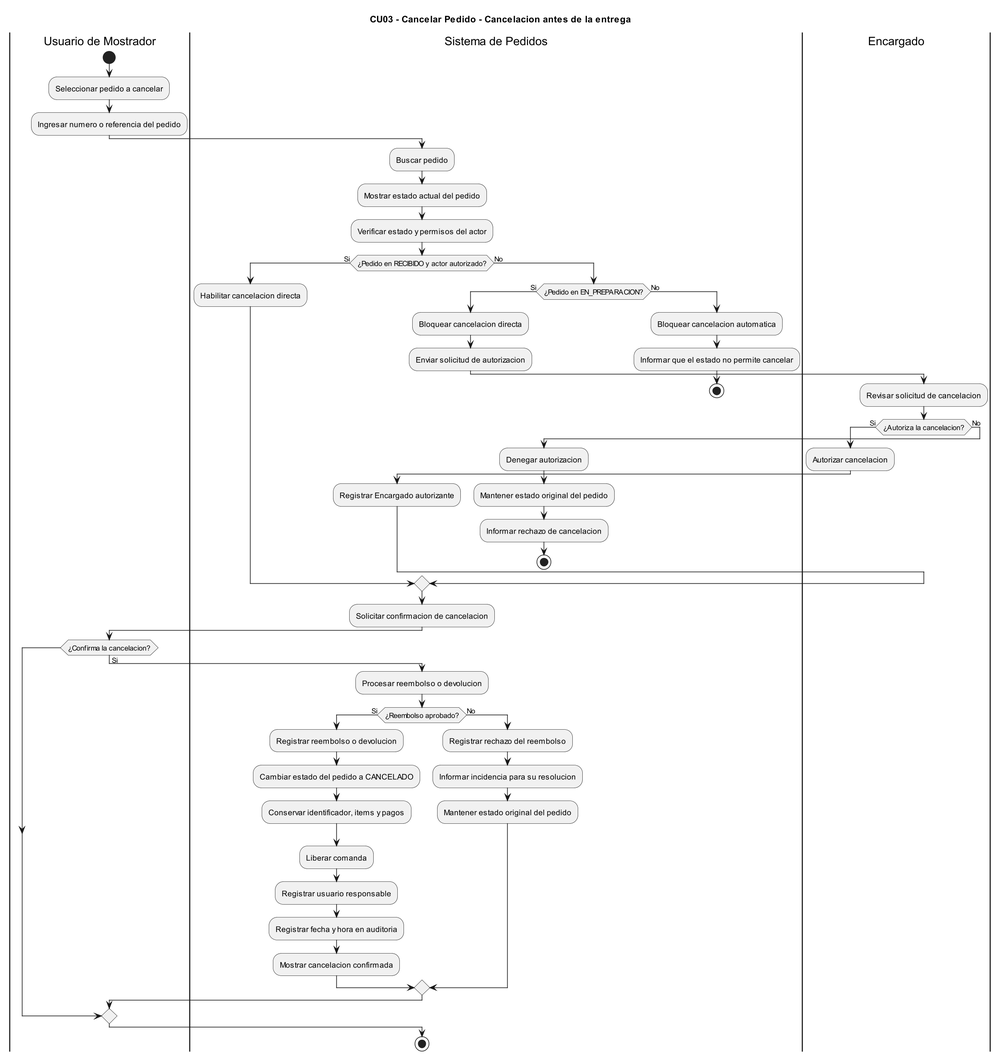
Before: diagramas/04-diagramas-actividades/04-actividad-cancelar-pedido-03.png, a diagram exported from PlantUML (eloeyhe/SistemaPedidos). Its diagram source:
```plantuml
@startuml
title CU03 - Cancelar Pedido - Cancelacion antes de la entrega
skinparam dpi 150
skinparam shadowing false

|Usuario de Mostrador|
start
:Seleccionar pedido a cancelar;
:Ingresar numero o referencia del pedido;

|Sistema de Pedidos|
:Buscar pedido;
:Mostrar estado actual del pedido;
:Verificar estado y permisos del actor;

if (¿Pedido en RECIBIDO y actor autorizado?) then (Si)
  :Habilitar cancelacion directa;
else (No)
  if (¿Pedido en EN_PREPARACION?) then (Si)
    :Bloquear cancelacion directa;
    :Enviar solicitud de autorizacion;
    |Encargado|
    :Revisar solicitud de cancelacion;
    if (¿Autoriza la cancelacion?) then (Si)
      :Autorizar cancelacion;
      |Sistema de Pedidos|
      :Registrar Encargado autorizante;
    else (No)
      :Denegar autorizacion;
      |Sistema de Pedidos|
      :Mantener estado original del pedido;
      :Informar rechazo de cancelacion;
      stop
    endif
  else (No)
    :Bloquear cancelacion automatica;
    :Informar que el estado no permite cancelar;
    stop
  endif
endif

|Sistema de Pedidos|
:Solicitar confirmacion de cancelacion;
|Usuario de Mostrador|
if (¿Confirma la cancelacion?) then (Si)
  |Sistema de Pedidos|
    |Sistema de Pedidos|
  :Procesar reembolso o devolucion;

  if (¿Reembolso aprobado?) then (Si)
    :Registrar reembolso o devolucion;
    :Cambiar estado del pedido a CANCELADO;
    :Conservar identificador, items y pagos;
    :Liberar comanda;
    :Registrar usuario responsable;
    :Registrar fecha y hora en auditoria;
    :Mostrar cancelacion confirmada;
  else (No)
    :Registrar rechazo del reembolso;
    :Informar incidencia para su resolucion;
    :Mantener estado original del pedido;
  endif

endif
stop
@enduml
```
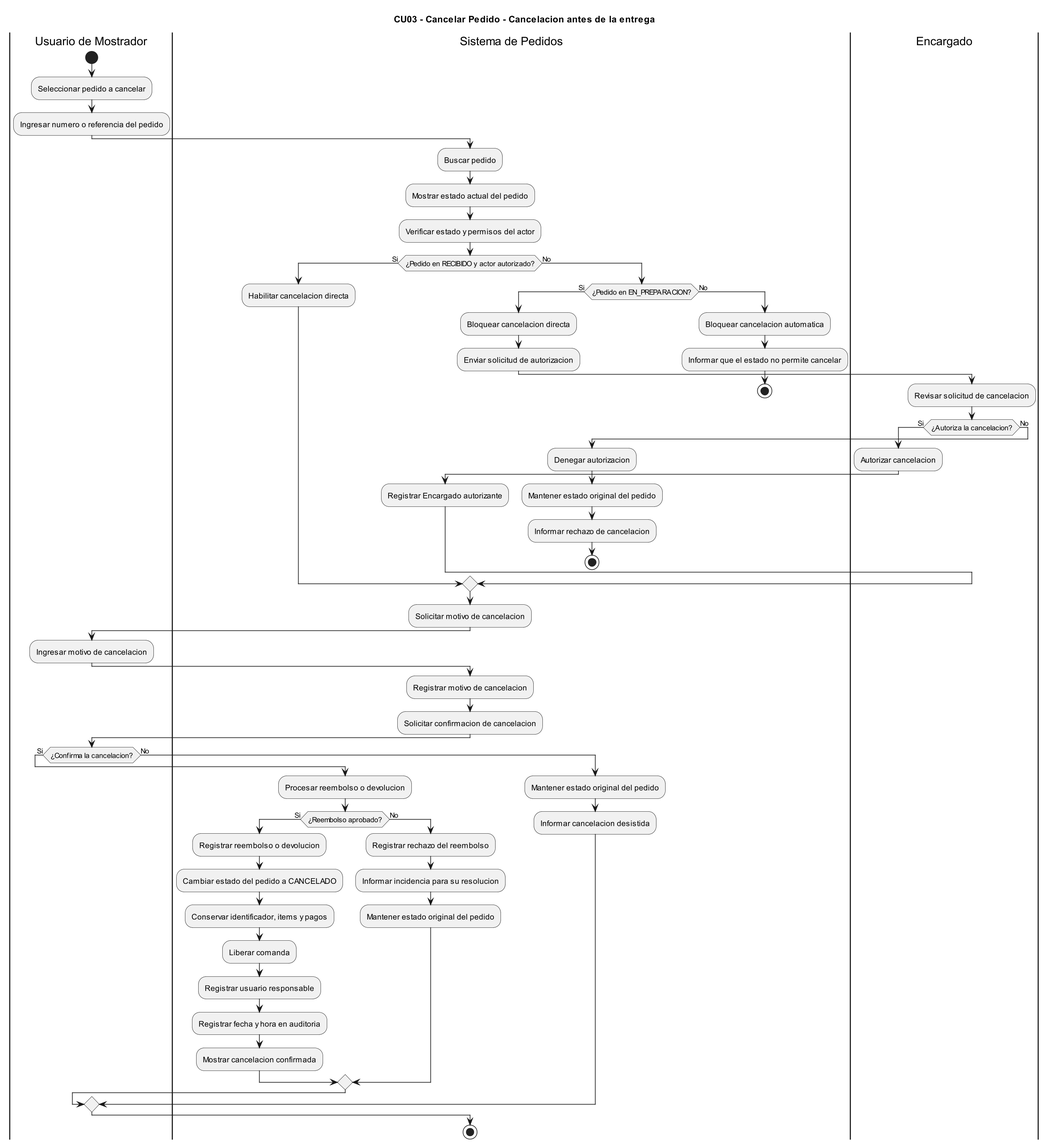
The same file after the commit.

What changed in the source:
```diff
@@ -40,11 +40,19 @@
 endif
 
 |Sistema de Pedidos|
+|Sistema de Pedidos|
+:Solicitar motivo de cancelacion;
+
+|Usuario de Mostrador|
+:Ingresar motivo de cancelacion;
+
+|Sistema de Pedidos|
+:Registrar motivo de cancelacion;
 :Solicitar confirmacion de cancelacion;
+
 |Usuario de Mostrador|
 if (¿Confirma la cancelacion?) then (Si)
   |Sistema de Pedidos|
-    |Sistema de Pedidos|
   :Procesar reembolso o devolucion;
 
   if (¿Reembolso aprobado?) then (Si)
@@ -61,6 +69,11 @@
     :Mantener estado original del pedido;
   endif
 
+else (No)
+  |Sistema de Pedidos|
+  :Mantener estado original del pedido;
+  :Informar cancelacion desistida;
 endif
+
 stop
 @enduml
```
